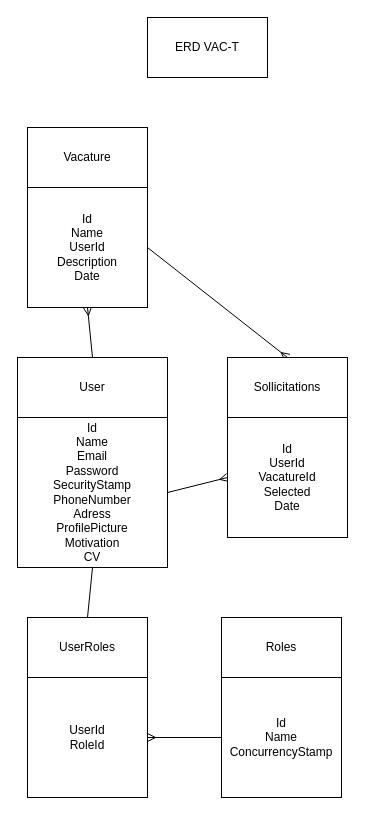
KevinSlieker/VAC-T keeps this draw.io diagram as VAC!T/Diagrams/ERD.drawio. Above is the earlier version. Source tidied: cells renumbered, new cells numbered last; positions are measured from the earlier drawing's top-left corner, leaving out a move shared by most shapes. Both pictures are drawn from the tidied source at 100%, with x=0, y=0 at pixel (17, 17).
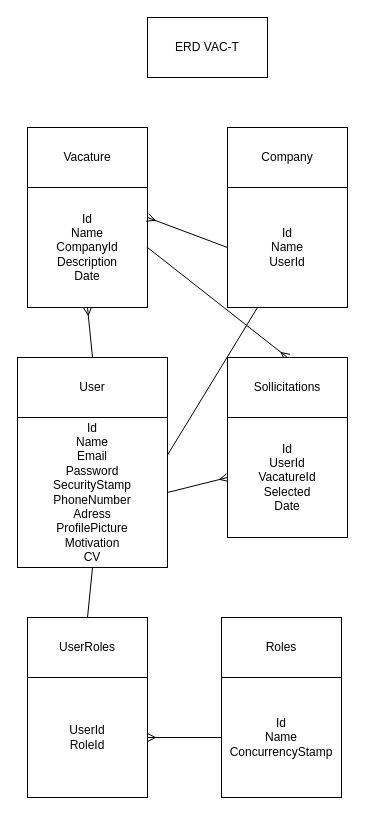
The same page after the edit.

Unchanged cells that the change refers to:
```xml
<mxCell id="7" value="Id&lt;br&gt;Name&lt;br&gt;Email&lt;br&gt;Password&lt;br&gt;SecurityStamp&lt;br&gt;PhoneNumber&lt;br&gt;Adress&lt;br&gt;ProfilePicture&lt;br&gt;Motivation&lt;br&gt;CV" style="whiteSpace=wrap;html=1;" parent="1" vertex="1">
  <mxGeometry y="400" width="150" height="150" as="geometry" />
</mxCell>
```

What changed in the source:
```diff
@@
+    <mxCell id="18" style="edgeStyle=none;html=1;exitX=1;exitY=0.25;exitDx=0;exitDy=0;entryX=0.25;entryY=1;entryDx=0;entryDy=0;endArrow=none;endFill=0;" parent="1" edge="1" source="7" target="21">
+      <mxGeometry relative="1" as="geometry" />
+    </mxCell>
@@
-    <mxCell id="12" value="Id&lt;br&gt;Name&lt;br&gt;UserId&lt;br&gt;Description&lt;br&gt;Date" style="whiteSpace=wrap;html=1;" parent="1" vertex="1">
+    <mxCell id="12" value="Id&lt;br&gt;Name&lt;br&gt;CompanyId&lt;br&gt;Description&lt;br&gt;Date" style="whiteSpace=wrap;html=1;" parent="1" vertex="1">
       <mxGeometry x="10" y="170" width="120" height="120" as="geometry" />
     </mxCell>
@@
+    <mxCell id="19" value="Company" style="rounded=0;whiteSpace=wrap;html=1;" parent="1" vertex="1">
+      <mxGeometry x="210" y="110" width="120" height="60" as="geometry" />
+    </mxCell>
+    <mxCell id="20" style="edgeStyle=none;html=1;exitX=0;exitY=0.5;exitDx=0;exitDy=0;entryX=1;entryY=0.25;entryDx=0;entryDy=0;endArrow=ERmany;endFill=0;" parent="1" edge="1" source="21" target="12">
+      <mxGeometry relative="1" as="geometry" />
+    </mxCell>
+    <mxCell id="21" value="Id&lt;br&gt;Name&lt;br&gt;UserId" style="whiteSpace=wrap;html=1;" parent="1" vertex="1">
+      <mxGeometry x="210" y="170" width="120" height="120" as="geometry" />
+    </mxCell>
```
